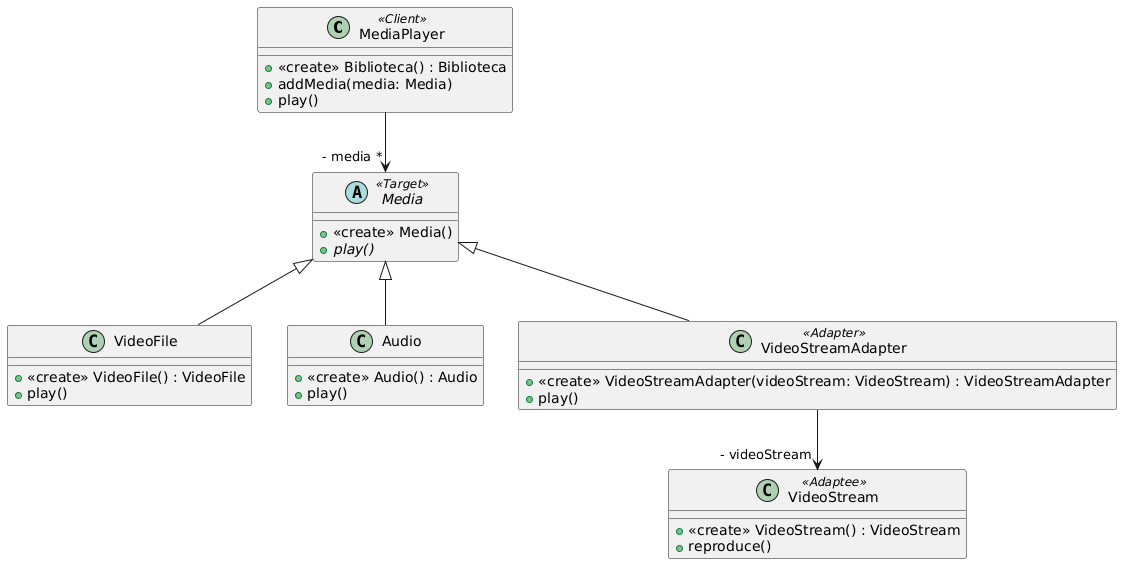
Above: UML/Patrones/Ejercicio03-UML.png in MatiasGuaymas/OO2 (PlantUML), before the change.
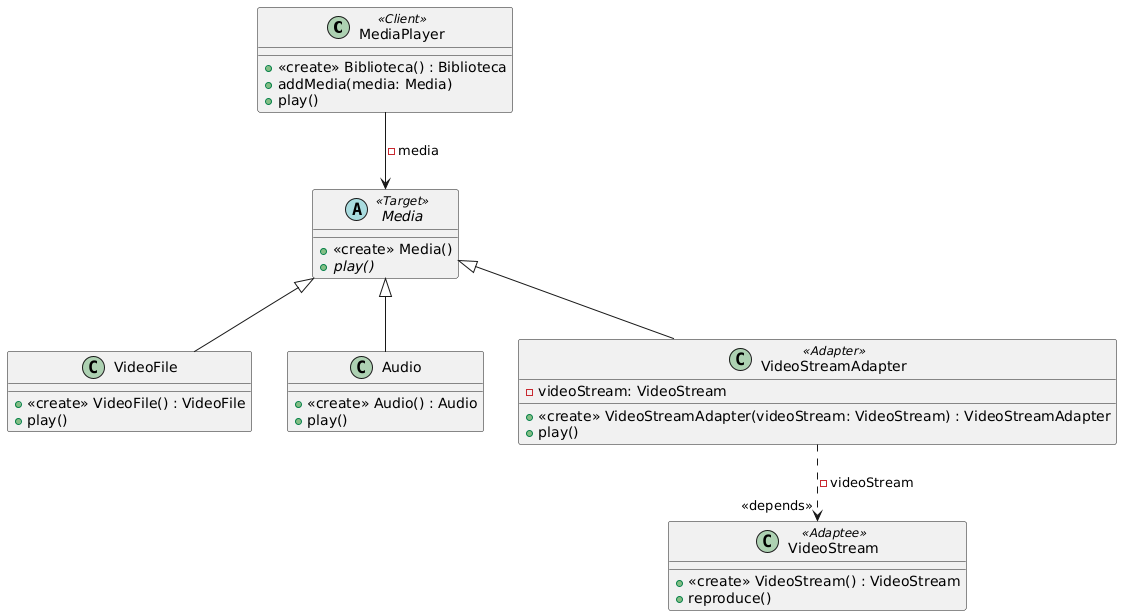
Later version of the same file.

The edit, as a diff of the source:
```diff
@@ -21,6 +21,7 @@
 }
 
 class VideoStreamAdapter <<Adapter>> {
+ -videoStream: VideoStream
  +<<create>> VideoStreamAdapter(videoStream: VideoStream) : VideoStreamAdapter
  +play()
 }
@@ -30,9 +31,9 @@
  +reproduce()
 }
 
-  MediaPlayer --> "- media *" Media
+  MediaPlayer --> Media : -media
   Media <|-- VideoFile
   Media <|-- Audio
   Media <|-- VideoStreamAdapter
-  VideoStreamAdapter --> "- videoStream" VideoStream
+  VideoStreamAdapter ..> "<<depends>>" VideoStream : -videoStream
 @enduml
```
